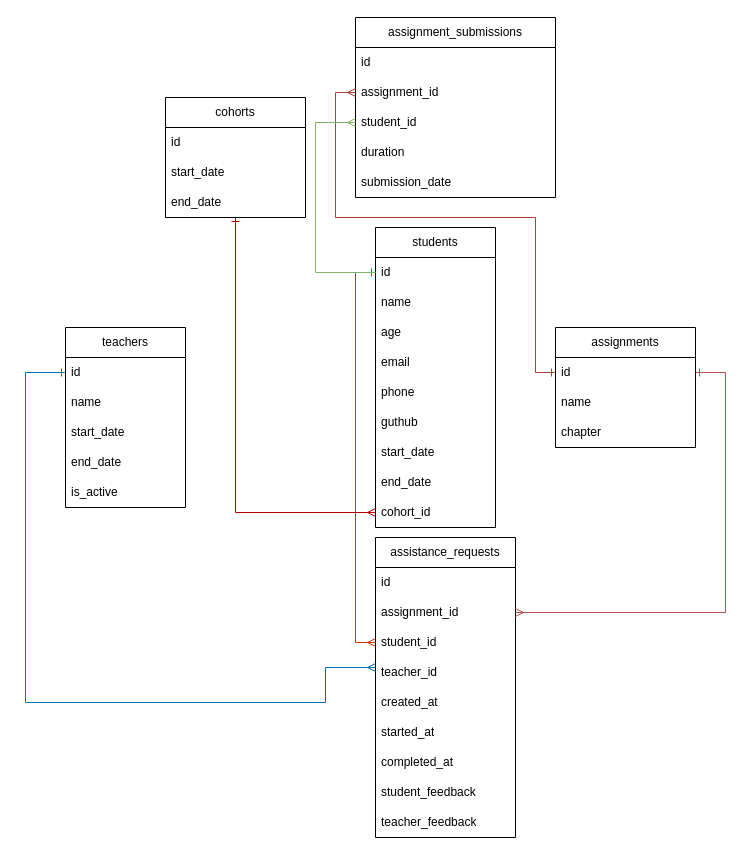
Earlier version of the draw.io diagram Untitled Diagram.drawio (RiceRak/BootcampX). Source tidied: cells renumbered, new cells numbered last; positions are measured from the earlier drawing's top-left corner, leaving out a move shared by most shapes. Both pictures are drawn from the tidied source at 100%, with x=0, y=0 at pixel (25, 17).
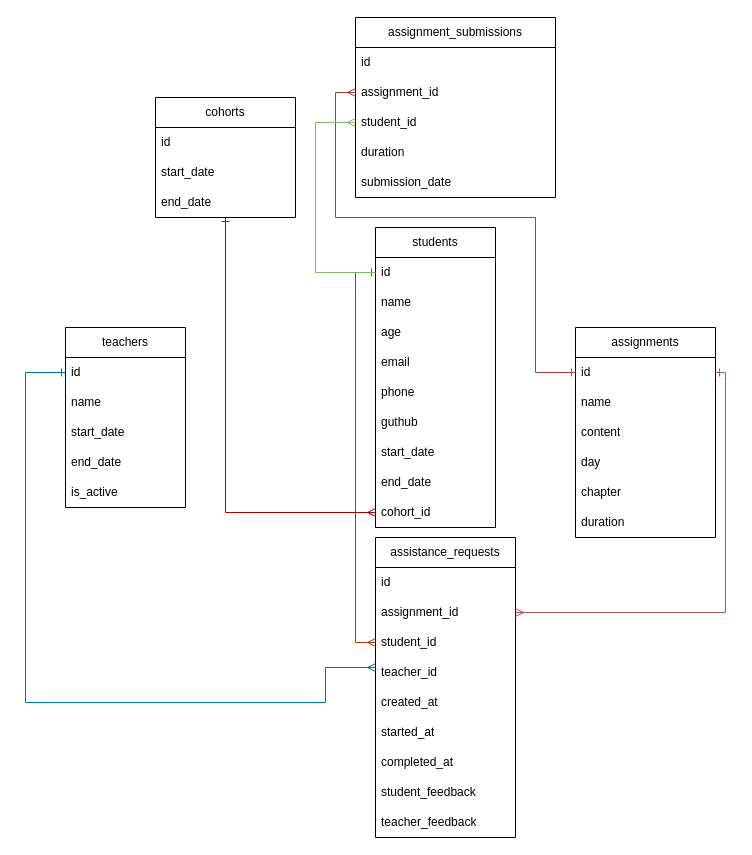
After the change.

Diff of the diagram source:
```diff
@@
     <mxCell id="30" value="assignments" style="swimlane;fontStyle=0;horizontal=1;startSize=30;whiteSpace=wrap;html=1;" parent="1" vertex="1">
-      <mxGeometry x="530" y="310" width="140" height="120" as="geometry" />
+      <mxGeometry x="550" y="310" width="140" height="210" as="geometry" />
     </mxCell>
@@
+    <mxCell id="48" value="content" style="text;strokeColor=none;fillColor=none;align=left;verticalAlign=middle;spacingLeft=4;spacingRight=4;overflow=hidden;whiteSpace=wrap;html=1;" parent="30" vertex="1">
+      <mxGeometry y="90" width="140" height="30" as="geometry" />
+    </mxCell>
+    <mxCell id="49" value="day" style="text;strokeColor=none;fillColor=none;align=left;verticalAlign=middle;spacingLeft=4;spacingRight=4;overflow=hidden;whiteSpace=wrap;html=1;" parent="30" vertex="1">
+      <mxGeometry y="120" width="140" height="30" as="geometry" />
+    </mxCell>
     <mxCell id="33" value="chapter" style="text;strokeColor=none;fillColor=none;align=left;verticalAlign=middle;spacingLeft=4;spacingRight=4;overflow=hidden;whiteSpace=wrap;html=1;" parent="30" vertex="1">
-      <mxGeometry y="90" width="140" height="30" as="geometry" />
+      <mxGeometry y="150" width="140" height="30" as="geometry" />
     </mxCell>
+    <mxCell id="50" value="duration" style="text;strokeColor=none;fillColor=none;align=left;verticalAlign=middle;spacingLeft=4;spacingRight=4;overflow=hidden;whiteSpace=wrap;html=1;" parent="30" vertex="1">
+      <mxGeometry y="180" width="140" height="30" as="geometry" />
+    </mxCell>
@@
     <mxCell id="44" value="cohorts" style="swimlane;fontStyle=0;horizontal=1;startSize=30;whiteSpace=wrap;html=1;" parent="1" vertex="1">
-      <mxGeometry x="140" y="80" width="140" height="120" as="geometry" />
+      <mxGeometry x="130" y="80" width="140" height="120" as="geometry" />
     </mxCell>
```
